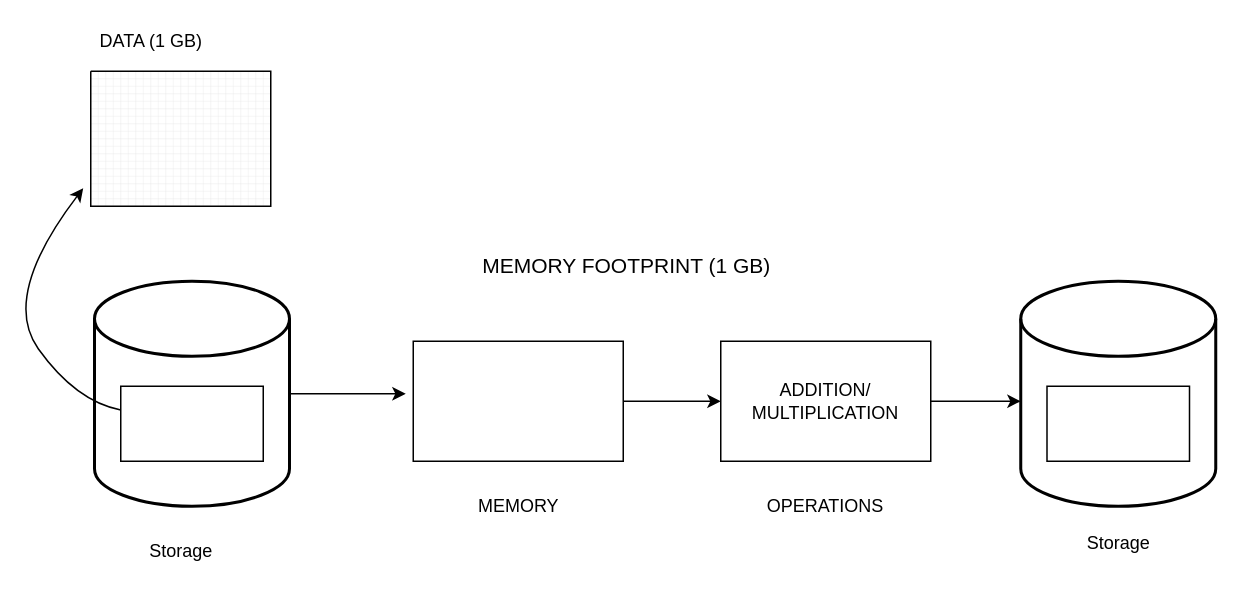
Earlier version of the draw.io diagram page "Page-1" (1 of 2) of Untitled Diagram.drawio (kalyanbhetwal/thesis-drawings). Source tidied: cells renumbered, new cells numbered last; positions are measured from the earlier drawing's top-left corner, leaving out a move shared by most shapes. Both pictures are drawn from the tidied source at 150%, with x=0, y=0 at pixel (0, 26).
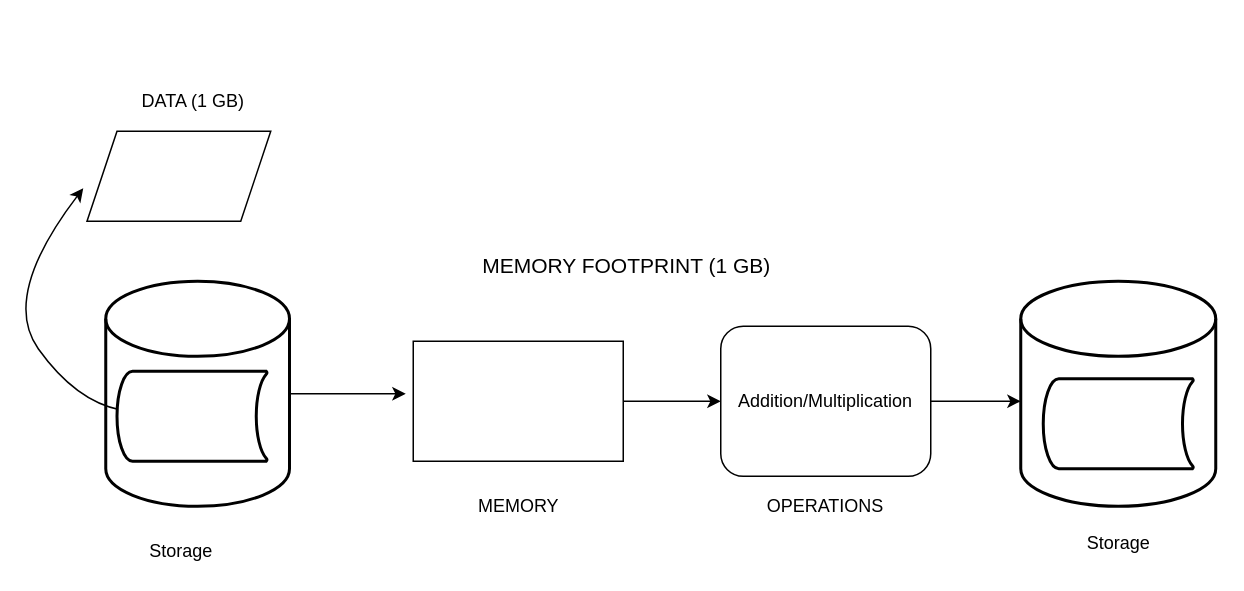
Above is the later version.

The change refers to these unchanged cells:
```xml
<mxCell id="8" style="rounded=0;whiteSpace=wrap;html=1;" parent="1" vertex="1">
  <mxGeometry x="275" y="210" width="140" height="80" as="geometry" />
</mxCell>
```

What changed in the source:
```diff
@@
     <mxCell id="3" style="strokeWidth=2;html=1;shape=mxgraph.flowchart.database;whiteSpace=wrap;" parent="1" vertex="1">
-      <mxGeometry x="62.5" y="170" width="130" height="150" as="geometry" />
+      <mxGeometry x="70" y="170" width="122.5" height="150" as="geometry" />
     </mxCell>
-    <mxCell id="4" style="verticalLabelPosition=bottom;verticalAlign=top;html=1;shape=mxgraph.basic.patternFillRect;fillStyle=grid;step=5;fillStrokeWidth=0.2;fillStrokeColor=#dddddd;" parent="1" vertex="1">
-      <mxGeometry x="60" y="30" width="120" height="90" as="geometry" />
-    </mxCell>
-    <mxCell id="5" style="rounded=0;whiteSpace=wrap;html=1;" parent="1" vertex="1">
-      <mxGeometry x="80" y="240" width="95" height="50" as="geometry" />
-    </mxCell>
-    <mxCell id="6" style="curved=1;endArrow=classic;html=1;rounded=0;entryX=-0.042;entryY=0.867;entryDx=0;entryDy=0;entryPerimeter=0;" parent="1" edge="1" source="5" target="4">
+    <mxCell id="6" style="curved=1;endArrow=classic;html=1;rounded=0;entryX=-0.042;entryY=0.867;entryDx=0;entryDy=0;entryPerimeter=0;" parent="1" edge="1">
       <mxGeometry relative="1" as="geometry">
+        <mxPoint x="80" y="255.8" as="sourcePoint" />
+        <mxPoint x="55" y="108" as="targetPoint" />
         <Array as="points">
           <mxPoint x="50" y="250" />
           <mxPoint y="180" />
         </Array>
       </mxGeometry>
     </mxCell>
-    <mxCell id="7" style="edgeStyle=orthogonalEdgeStyle;rounded=0;jettySize=auto;html=1;entryX=0;entryY=0.5;entryDx=0;entryDy=0;" parent="1" edge="1" source="8" target="10">
-      <mxGeometry relative="1" as="geometry" />
+    <mxCell id="7" style="edgeStyle=orthogonalEdgeStyle;rounded=0;jettySize=auto;html=1;entryX=0;entryY=0.5;entryDx=0;entryDy=0;" parent="1" edge="1" source="8">
+      <mxGeometry relative="1" as="geometry">
+        <mxPoint x="480" y="250" as="targetPoint" />
+      </mxGeometry>
     </mxCell>
@@
-    <mxCell id="9" style="edgeStyle=orthogonalEdgeStyle;rounded=0;jettySize=auto;html=1;exitX=1;exitY=0.5;exitDx=0;exitDy=0;" parent="1" edge="1" source="10">
+    <mxCell id="9" style="edgeStyle=orthogonalEdgeStyle;rounded=0;orthogonalLoop=1;jettySize=auto;html=1;exitX=1;exitY=0.5;exitDx=0;exitDy=0;" parent="1" edge="1">
       <mxGeometry relative="1" as="geometry">
+        <mxPoint x="620" y="250" as="sourcePoint" />
         <mxPoint x="680" y="250" as="targetPoint" />
       </mxGeometry>
     </mxCell>
-    <mxCell id="10" value="ADDITION/&lt;br&gt;MULTIPLICATION" style="rounded=0;whiteSpace=wrap;html=1;" parent="1" vertex="1">
-      <mxGeometry x="480" y="210" width="140" height="80" as="geometry" />
-    </mxCell>
     <mxCell id="11" value="DATA (1 GB)" style="text;html=1;align=center;verticalAlign=middle;strokeColor=none;fillColor=none;" parent="1" vertex="1">
-      <mxGeometry x="60" width="80" height="20" as="geometry" />
+      <mxGeometry x="87.5" y="40" width="80" height="20" as="geometry" />
     </mxCell>
@@
-    <mxCell id="16" style="rounded=0;whiteSpace=wrap;html=1;" parent="1" vertex="1">
-      <mxGeometry x="697.5" y="240" width="95" height="50" as="geometry" />
-    </mxCell>
@@
+    <mxCell id="19" value="Addition/Multiplication" style="rounded=1;whiteSpace=wrap;html=1;" parent="1" vertex="1">
+      <mxGeometry x="480" y="200" width="140" height="100" as="geometry" />
+    </mxCell>
+    <mxCell id="20" style="strokeWidth=2;html=1;shape=mxgraph.flowchart.stored_data;whiteSpace=wrap;" parent="1" vertex="1">
+      <mxGeometry x="695" y="235" width="100" height="60" as="geometry" />
+    </mxCell>
+    <mxCell id="21" style="strokeWidth=2;html=1;shape=mxgraph.flowchart.stored_data;whiteSpace=wrap;" parent="1" vertex="1">
+      <mxGeometry x="77.5" y="230" width="100" height="60" as="geometry" />
+    </mxCell>
+    <mxCell id="22" style="shape=parallelogram;perimeter=parallelogramPerimeter;whiteSpace=wrap;html=1;fixedSize=1;" parent="1" vertex="1">
+      <mxGeometry x="57.5" y="70" width="122.5" height="60" as="geometry" />
+    </mxCell>
```
